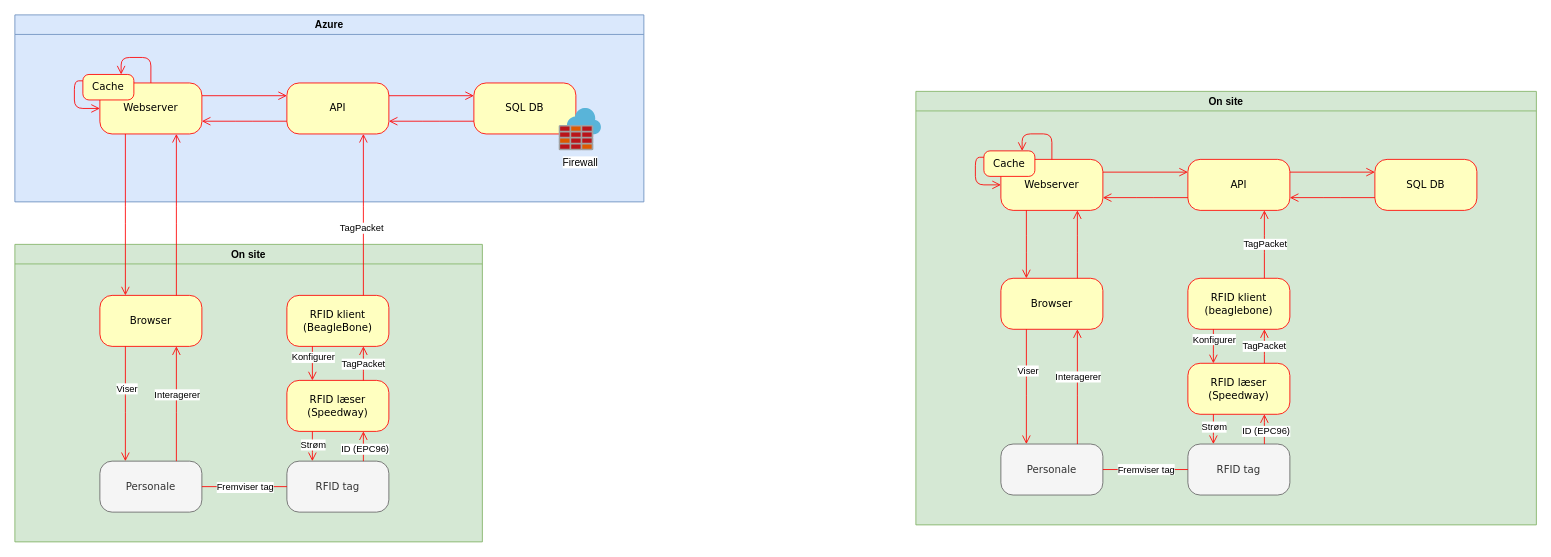
The draw.io diagram System overview.drawio in BjornGrylls/Svendeprove-OOAD, before the edit. Source tidied: cells renumbered, new cells numbered last; positions are measured from the earlier drawing's top-left corner, leaving out a move shared by most shapes. Both pictures are drawn from the tidied source at 85%, with x=0, y=0 at pixel (14, 14).
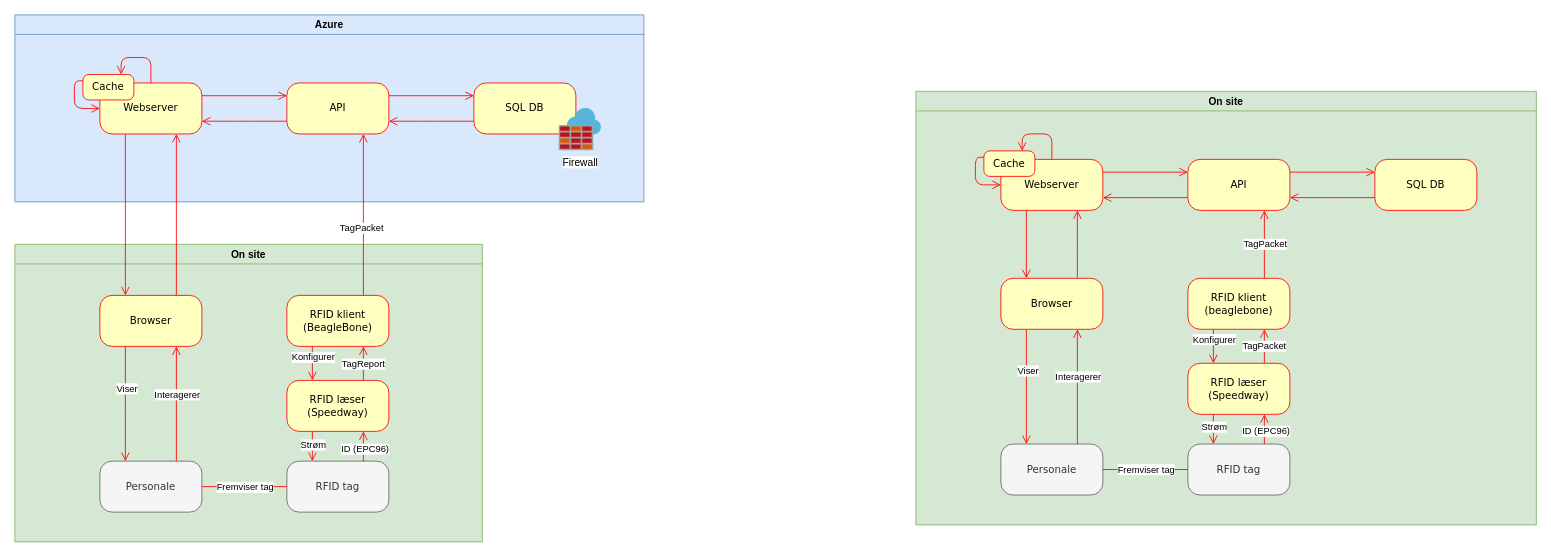
The same page after the edit.

The change refers to these unchanged cells:
```xml
<mxCell id="19" style="edgeStyle=elbowEdgeStyle;html=1;labelBackgroundColor=none;endArrow=open;endSize=8;strokeColor=#ff0000;fontFamily=Verdana;fontSize=12;align=left;exitX=0.75;exitY=0;exitDx=0;exitDy=0;entryX=0.75;entryY=1;entryDx=0;entryDy=0;" parent="14" edge="1" source="16" target="18">
  <mxGeometry relative="1" as="geometry" />
</mxCell>
```

What changed in the source:
```diff
@@
-    <mxCell id="20" value="TagPacket" style="edgeLabel;html=1;align=center;verticalAlign=middle;" parent="19" vertex="1">
+    <mxCell id="20" value="TagReport" style="edgeLabel;html=1;align=center;verticalAlign=middle;" parent="19" vertex="1">
       <mxGeometry x="0.27" y="1" relative="1" as="geometry">
         <mxPoint y="5" as="offset" />
       </mxGeometry>
     </mxCell>
```
